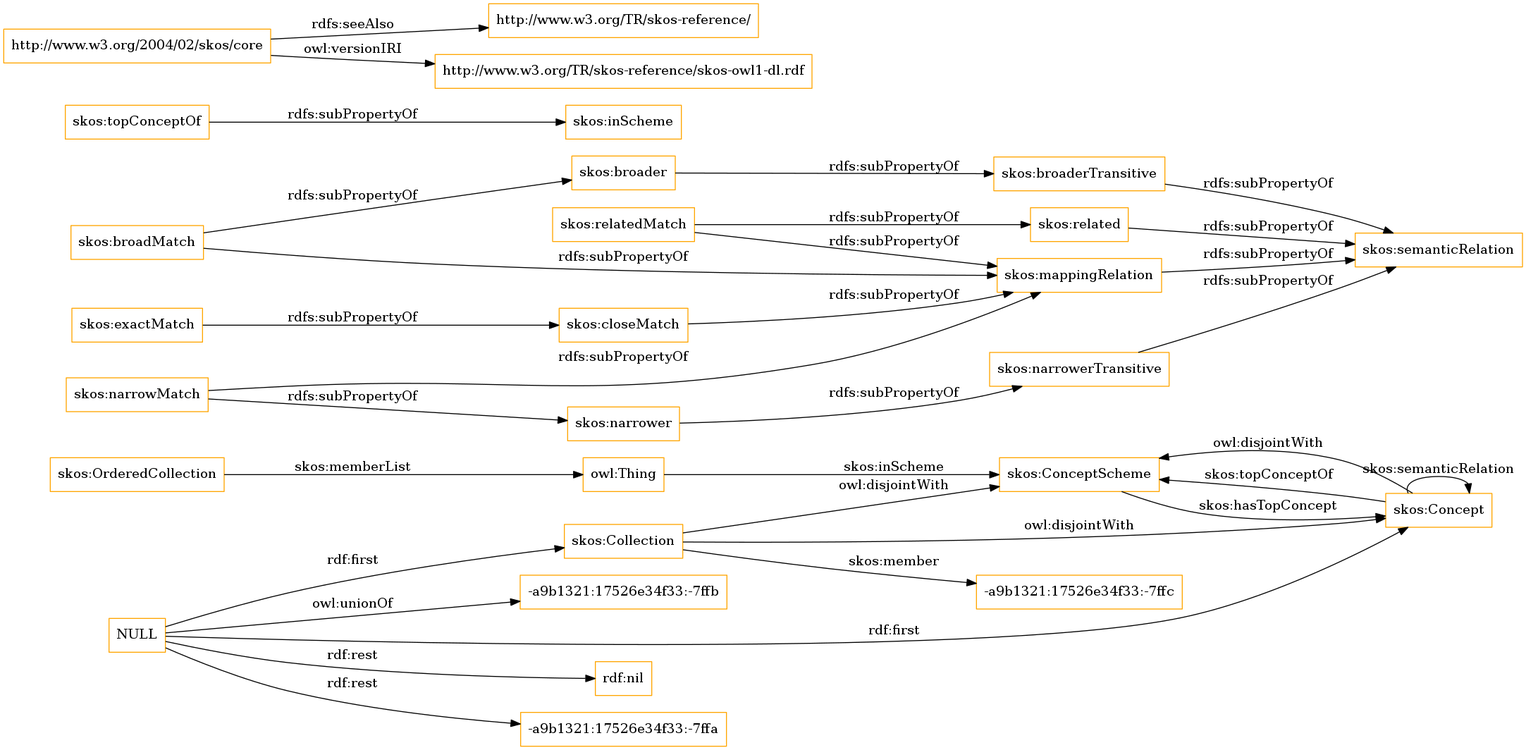
The Graphviz diagram OnToology/imports/skos.owl/diagrams/ar2dtool-class/skos.owl.png in OnToologyUser/core-ontology-1, before a commit. Its source is kept beside it as OnToology/imports/skos.owl/diagrams/ar2dtool-class/skos.owl.png.dot.
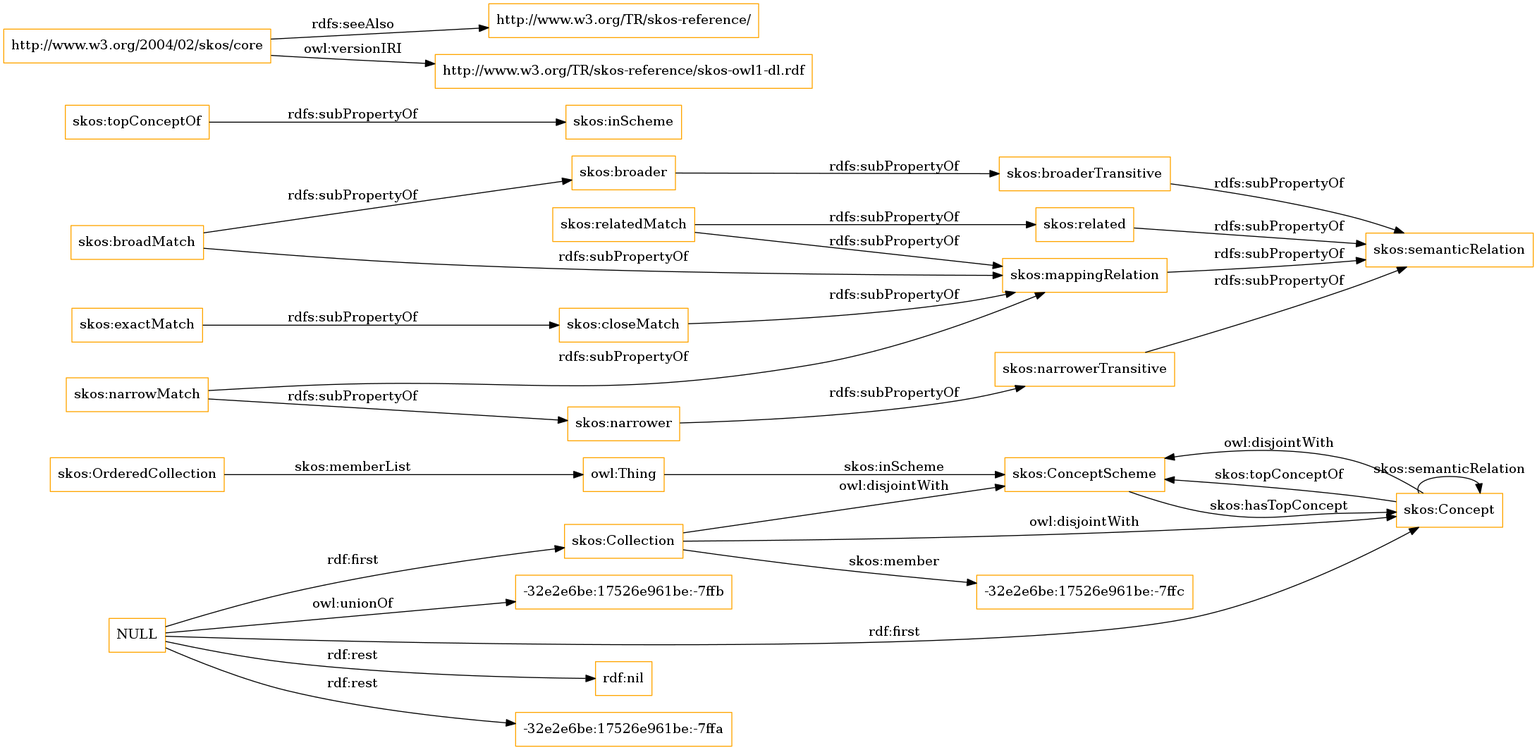
Above is the later version.

Diff of the diagram source:
```diff
@@ -1,13 +1,13 @@
 digraph ar2dtool_diagram {
 rankdir=LR;
 size="1501"
-node [shape = rectangle, color="orange"]; "skos:OrderedCollection" "skos:ConceptScheme" "skos:Concept" "skos:Collection" "-a9b1321:17526e34f33:-7ffc" ; /*classes style*/
+node [shape = rectangle, color="orange"]; "skos:OrderedCollection" "skos:ConceptScheme" "skos:Concept" "skos:Collection" "-32e2e6be:17526e961be:-7ffc" ; /*classes style*/
 	"skos:narrowerTransitive" -> "skos:semanticRelation" [ label = "rdfs:subPropertyOf" ];
 	"NULL" -> "rdf:nil" [ label = "rdf:rest" ];
 	"NULL" -> "skos:Concept" [ label = "rdf:first" ];
-	"NULL" -> "-a9b1321:17526e34f33:-7ffa" [ label = "rdf:rest" ];
+	"NULL" -> "-32e2e6be:17526e961be:-7ffa" [ label = "rdf:rest" ];
 	"NULL" -> "skos:Collection" [ label = "rdf:first" ];
-	"NULL" -> "-a9b1321:17526e34f33:-7ffb" [ label = "owl:unionOf" ];
+	"NULL" -> "-32e2e6be:17526e961be:-7ffb" [ label = "owl:unionOf" ];
 	"skos:closeMatch" -> "skos:mappingRelation" [ label = "rdfs:subPropertyOf" ];
 	"skos:Concept" -> "skos:ConceptScheme" [ label = "owl:disjointWith" ];
 	"skos:relatedMatch" -> "skos:related" [ label = "rdfs:subPropertyOf" ];
@@ -30,7 +30,7 @@
 	"skos:OrderedCollection" -> "owl:Thing" [ label = "skos:memberList" ];
 	"skos:Concept" -> "skos:ConceptScheme" [ label = "skos:topConceptOf" ];
 	"skos:Concept" -> "skos:Concept" [ label = "skos:semanticRelation" ];
-	"skos:Collection" -> "-a9b1321:17526e34f33:-7ffc" [ label = "skos:member" ];
+	"skos:Collection" -> "-32e2e6be:17526e961be:-7ffc" [ label = "skos:member" ];
 	"skos:ConceptScheme" -> "skos:Concept" [ label = "skos:hasTopConcept" ];
 	"owl:Thing" -> "skos:ConceptScheme" [ label = "skos:inScheme" ];
 
```
